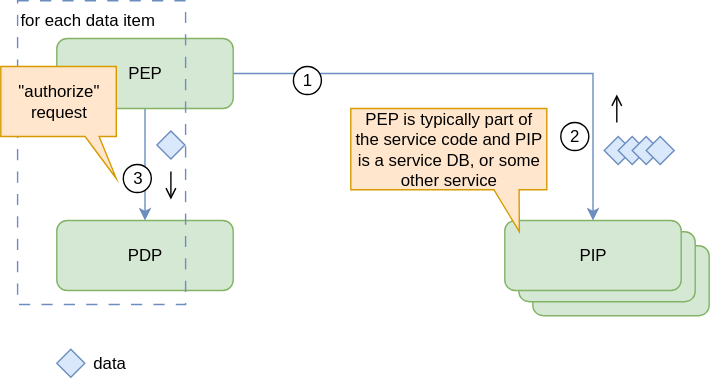
Above: assets/PDP_as_filter.svg in sujalavnelavai/CheatSheetSeries (draw.io), before the change. Source tidied: cells renumbered, new cells last; positions are measured from the earlier drawing's top-left corner, leaving out a move shared by most shapes.
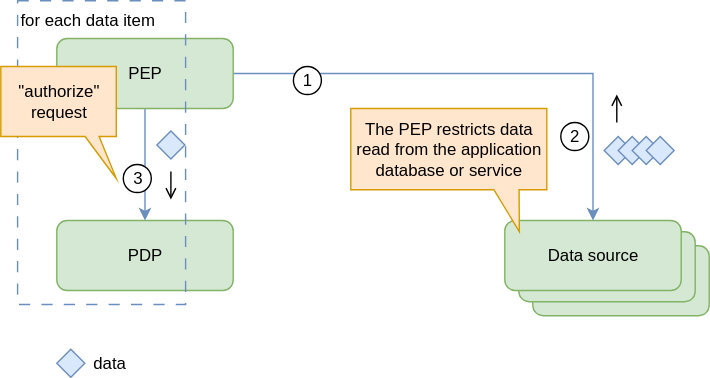
The same diagram one commit later.

The edit, as a diff of the source:
```diff
@@ -2,10 +2,10 @@
   <root>
     <mxCell id="0" />
     <mxCell id="1" parent="0" />
-    <mxCell id="2" value="PIP" style="rounded=1;whiteSpace=wrap;html=1;fillColor=#d5e8d4;strokeColor=#82b366;" parent="1" vertex="1">
+    <mxCell id="2" value="Data source" style="rounded=1;whiteSpace=wrap;html=1;fillColor=#d5e8d4;strokeColor=#82b366;" parent="1" vertex="1">
       <mxGeometry x="380" y="175" width="126" height="50" as="geometry" />
     </mxCell>
-    <mxCell id="3" value="PIP" style="rounded=1;whiteSpace=wrap;html=1;fillColor=#d5e8d4;strokeColor=#82b366;" parent="1" vertex="1">
+    <mxCell id="3" value="Data source" style="rounded=1;whiteSpace=wrap;html=1;fillColor=#d5e8d4;strokeColor=#82b366;" parent="1" vertex="1">
       <mxGeometry x="370" y="165" width="126" height="50" as="geometry" />
     </mxCell>
     <mxCell id="4" value="PDP" style="rounded=1;whiteSpace=wrap;html=1;fillColor=#d5e8d4;strokeColor=#82b366;" parent="1" vertex="1">
@@ -14,7 +14,7 @@
     <mxCell id="5" value="data" style="text;html=1;align=left;verticalAlign=middle;whiteSpace=wrap;rounded=0;" parent="1" vertex="1">
       <mxGeometry x="64" y="249" width="145" height="20" as="geometry" />
     </mxCell>
-    <mxCell id="6" value="PIP" style="rounded=1;whiteSpace=wrap;html=1;fillColor=#d5e8d4;strokeColor=#82b366;" parent="1" vertex="1">
+    <mxCell id="6" value="Data source" style="rounded=1;whiteSpace=wrap;html=1;fillColor=#d5e8d4;strokeColor=#82b366;" parent="1" vertex="1">
       <mxGeometry x="360" y="157" width="126" height="50" as="geometry" />
     </mxCell>
     <mxCell id="7" style="edgeStyle=orthogonalEdgeStyle;rounded=0;jettySize=auto;html=1;entryX=0.5;entryY=0;entryDx=0;entryDy=0;fillColor=#dae8fc;strokeColor=#6c8ebf;" parent="1" edge="1" source="9" target="4">
@@ -71,7 +71,7 @@
     <mxCell id="22" style="rhombus;whiteSpace=wrap;html=1;fillColor=#dae8fc;strokeColor=#6c8ebf;" parent="1" vertex="1">
       <mxGeometry x="461" y="97" width="20" height="20" as="geometry" />
     </mxCell>
-    <mxCell id="23" value="PEP is typically part of the service code and PIP is a service DB, or some other service" style="shape=callout;whiteSpace=wrap;html=1;perimeter=calloutPerimeter;base=18;size=30;position=0.73;position2=0.86;flipV=0;fillColor=#ffe6cc;strokeColor=#d79b00;" parent="1" vertex="1">
+    <mxCell id="23" value="The PEP restricts data read from the application database or service" style="shape=callout;whiteSpace=wrap;html=1;perimeter=calloutPerimeter;base=18;size=30;position=0.73;position2=0.86;flipV=0;fillColor=#ffe6cc;strokeColor=#d79b00;" parent="1" vertex="1">
       <mxGeometry x="250" y="77" width="140" height="88" as="geometry" />
     </mxCell>
   </root>
```
